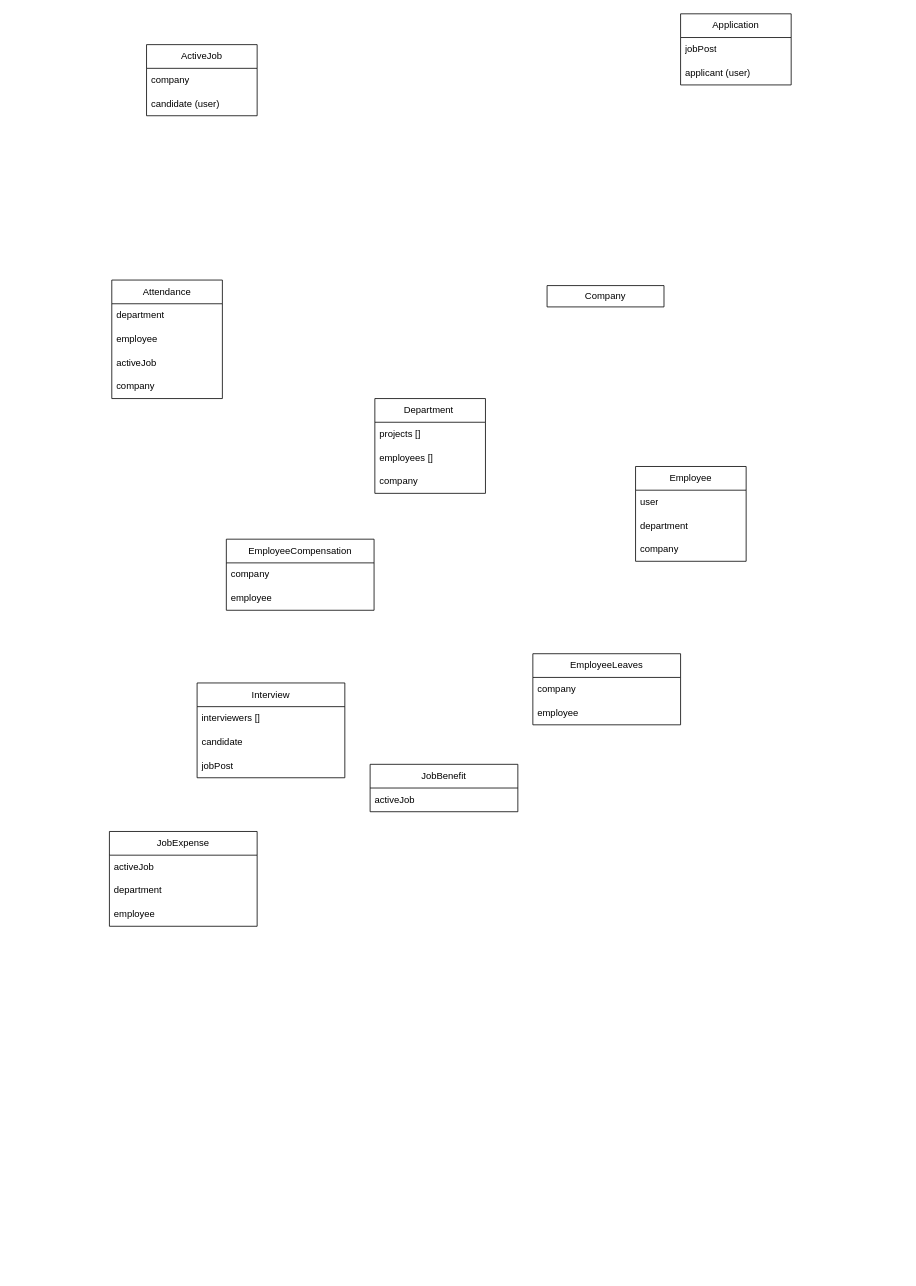
Before: Untitled Diagram.drawio in zeeshanshakeel123/draw, a draw.io diagram. Source tidied: cells renumbered, new cells numbered last; positions are measured from the earlier drawing's top-left corner, leaving out a move shared by most shapes. Both pictures are drawn from the tidied source at 79%, with x=0, y=0 at pixel (109, 13).
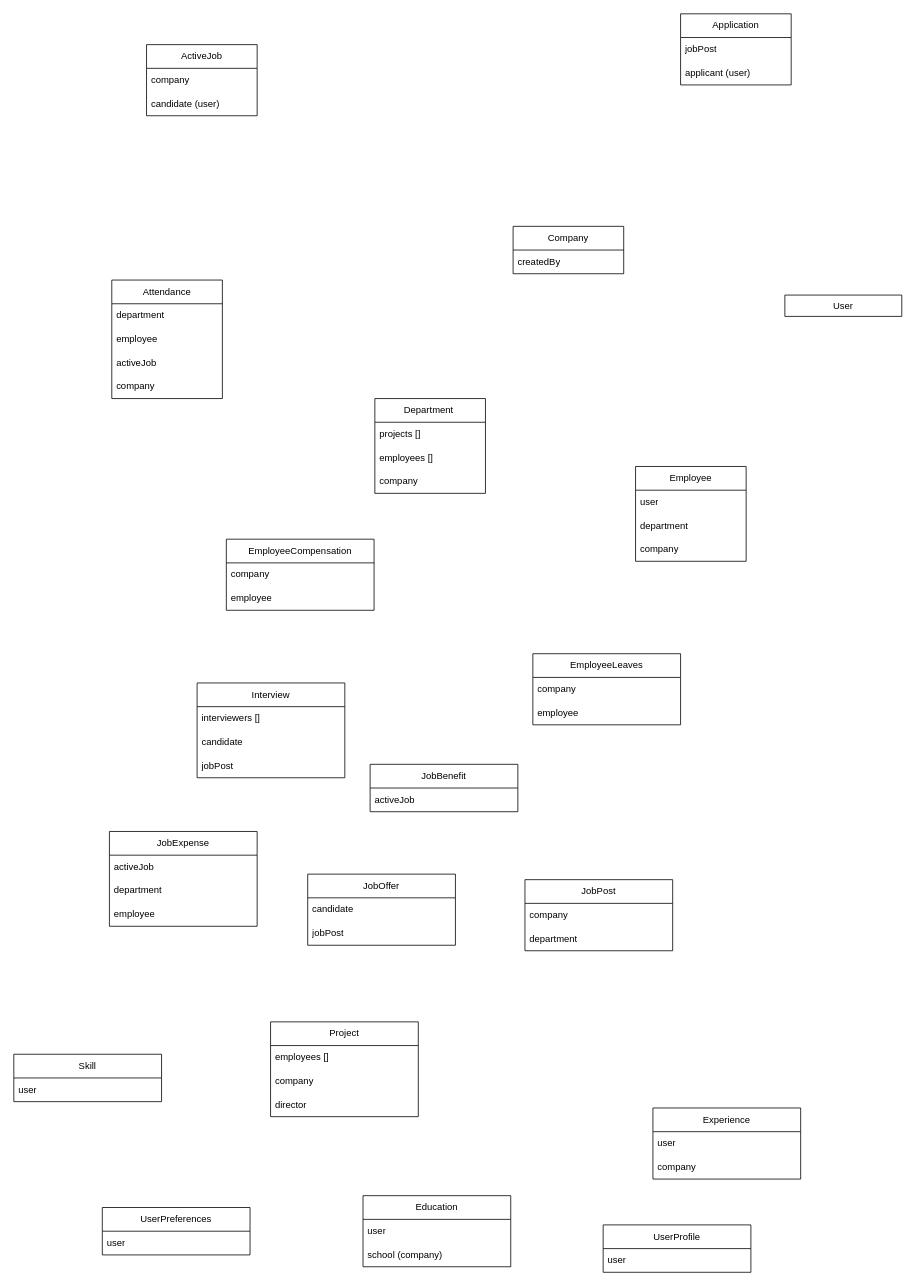
Above is the later version.

The edit, as a diff of the source:
```diff
@@
-    <mxCell id="13" value="Company" style="swimlane;fontStyle=0;horizontal=1;startSize=30;whiteSpace=wrap;html=1;" parent="1" vertex="1">
-      <mxGeometry x="554" y="344" width="148" height="27" as="geometry" />
-    </mxCell>
@@
+    <mxCell id="38" value="JobOffer" style="swimlane;fontStyle=0;horizontal=1;startSize=30;whiteSpace=wrap;html=1;" parent="1" vertex="1">
+      <mxGeometry x="251" y="1089" width="187" height="90" as="geometry" />
+    </mxCell>
+    <mxCell id="39" value="candidate" style="text;strokeColor=none;fillColor=none;align=left;verticalAlign=middle;spacingLeft=4;spacingRight=4;overflow=hidden;whiteSpace=wrap;html=1;" parent="38" vertex="1">
+      <mxGeometry y="30" width="187" height="30" as="geometry" />
+    </mxCell>
+    <mxCell id="40" value="jobPost" style="text;strokeColor=none;fillColor=none;align=left;verticalAlign=middle;spacingLeft=4;spacingRight=4;overflow=hidden;whiteSpace=wrap;html=1;" parent="38" vertex="1">
+      <mxGeometry y="60" width="187" height="30" as="geometry" />
+    </mxCell>
+    <mxCell id="41" value="JobPost" style="swimlane;fontStyle=0;horizontal=1;startSize=30;whiteSpace=wrap;html=1;" parent="1" vertex="1">
+      <mxGeometry x="526" y="1096" width="187" height="90" as="geometry" />
+    </mxCell>
+    <mxCell id="42" value="company" style="text;strokeColor=none;fillColor=none;align=left;verticalAlign=middle;spacingLeft=4;spacingRight=4;overflow=hidden;whiteSpace=wrap;html=1;" parent="41" vertex="1">
+      <mxGeometry y="30" width="187" height="30" as="geometry" />
+    </mxCell>
+    <mxCell id="43" value="department" style="text;strokeColor=none;fillColor=none;align=left;verticalAlign=middle;spacingLeft=4;spacingRight=4;overflow=hidden;whiteSpace=wrap;html=1;" parent="41" vertex="1">
+      <mxGeometry y="60" width="187" height="30" as="geometry" />
+    </mxCell>
+    <mxCell id="44" value="Project" style="swimlane;fontStyle=0;horizontal=1;startSize=30;whiteSpace=wrap;html=1;" parent="1" vertex="1">
+      <mxGeometry x="204" y="1276" width="187" height="120" as="geometry" />
+    </mxCell>
+    <mxCell id="45" value="employees []" style="text;strokeColor=none;fillColor=none;align=left;verticalAlign=middle;spacingLeft=4;spacingRight=4;overflow=hidden;whiteSpace=wrap;html=1;" parent="44" vertex="1">
+      <mxGeometry y="30" width="187" height="30" as="geometry" />
+    </mxCell>
+    <mxCell id="46" value="company" style="text;strokeColor=none;fillColor=none;align=left;verticalAlign=middle;spacingLeft=4;spacingRight=4;overflow=hidden;whiteSpace=wrap;html=1;" parent="44" vertex="1">
+      <mxGeometry y="60" width="187" height="30" as="geometry" />
+    </mxCell>
+    <mxCell id="47" value="director" style="text;strokeColor=none;fillColor=none;align=left;verticalAlign=middle;spacingLeft=4;spacingRight=4;overflow=hidden;whiteSpace=wrap;html=1;" parent="44" vertex="1">
+      <mxGeometry y="90" width="187" height="30" as="geometry" />
+    </mxCell>
+    <mxCell id="48" value="Skill" style="swimlane;fontStyle=0;horizontal=1;startSize=30;whiteSpace=wrap;html=1;" parent="1" vertex="1">
+      <mxGeometry x="-121" y="1317" width="187" height="60" as="geometry" />
+    </mxCell>
+    <mxCell id="49" value="user" style="text;strokeColor=none;fillColor=none;align=left;verticalAlign=middle;spacingLeft=4;spacingRight=4;overflow=hidden;whiteSpace=wrap;html=1;" parent="48" vertex="1">
+      <mxGeometry y="30" width="187" height="30" as="geometry" />
+    </mxCell>
+    <mxCell id="50" value="User" style="swimlane;fontStyle=0;horizontal=1;startSize=30;whiteSpace=wrap;html=1;" parent="1" vertex="1">
+      <mxGeometry x="855" y="356" width="148" height="27" as="geometry" />
+    </mxCell>
+    <mxCell id="13" value="Company" style="swimlane;fontStyle=0;horizontal=1;startSize=30;whiteSpace=wrap;html=1;" parent="1" vertex="1">
+      <mxGeometry x="511" y="269" width="140" height="60" as="geometry" />
+    </mxCell>
+    <mxCell id="51" value="createdBy" style="text;strokeColor=none;fillColor=none;align=left;verticalAlign=middle;spacingLeft=4;spacingRight=4;overflow=hidden;whiteSpace=wrap;html=1;" parent="13" vertex="1">
+      <mxGeometry y="30" width="140" height="30" as="geometry" />
+    </mxCell>
+    <mxCell id="52" value="UserPreferences" style="swimlane;fontStyle=0;horizontal=1;startSize=30;whiteSpace=wrap;html=1;" parent="1" vertex="1">
+      <mxGeometry x="-9" y="1511" width="187" height="60" as="geometry" />
+    </mxCell>
+    <mxCell id="53" value="user" style="text;strokeColor=none;fillColor=none;align=left;verticalAlign=middle;spacingLeft=4;spacingRight=4;overflow=hidden;whiteSpace=wrap;html=1;" parent="52" vertex="1">
+      <mxGeometry y="30" width="187" height="30" as="geometry" />
+    </mxCell>
+    <mxCell id="54" value="Education" style="swimlane;fontStyle=0;horizontal=1;startSize=30;whiteSpace=wrap;html=1;" parent="1" vertex="1">
+      <mxGeometry x="321" y="1496" width="187" height="90" as="geometry" />
+    </mxCell>
+    <mxCell id="55" value="user" style="text;strokeColor=none;fillColor=none;align=left;verticalAlign=middle;spacingLeft=4;spacingRight=4;overflow=hidden;whiteSpace=wrap;html=1;" parent="54" vertex="1">
+      <mxGeometry y="30" width="187" height="30" as="geometry" />
+    </mxCell>
+    <mxCell id="56" value="school (company)" style="text;strokeColor=none;fillColor=none;align=left;verticalAlign=middle;spacingLeft=4;spacingRight=4;overflow=hidden;whiteSpace=wrap;html=1;" parent="54" vertex="1">
+      <mxGeometry y="60" width="187" height="30" as="geometry" />
+    </mxCell>
+    <mxCell id="57" value="Experience" style="swimlane;fontStyle=0;horizontal=1;startSize=30;whiteSpace=wrap;html=1;" parent="1" vertex="1">
+      <mxGeometry x="688" y="1385" width="187" height="90" as="geometry" />
+    </mxCell>
+    <mxCell id="58" value="user" style="text;strokeColor=none;fillColor=none;align=left;verticalAlign=middle;spacingLeft=4;spacingRight=4;overflow=hidden;whiteSpace=wrap;html=1;" parent="57" vertex="1">
+      <mxGeometry y="30" width="187" height="30" as="geometry" />
+    </mxCell>
+    <mxCell id="59" value="company" style="text;strokeColor=none;fillColor=none;align=left;verticalAlign=middle;spacingLeft=4;spacingRight=4;overflow=hidden;whiteSpace=wrap;html=1;" parent="57" vertex="1">
+      <mxGeometry y="60" width="187" height="30" as="geometry" />
+    </mxCell>
+    <mxCell id="60" value="UserProfile" style="swimlane;fontStyle=0;horizontal=1;startSize=30;whiteSpace=wrap;html=1;" parent="1" vertex="1">
+      <mxGeometry x="625" y="1533" width="187" height="60" as="geometry" />
+    </mxCell>
+    <mxCell id="61" value="user" style="text;strokeColor=none;fillColor=none;align=left;verticalAlign=middle;spacingLeft=4;spacingRight=4;overflow=hidden;whiteSpace=wrap;html=1;" parent="60" vertex="1">
+      <mxGeometry y="30" width="187" height="30" as="geometry" />
+    </mxCell>
```
